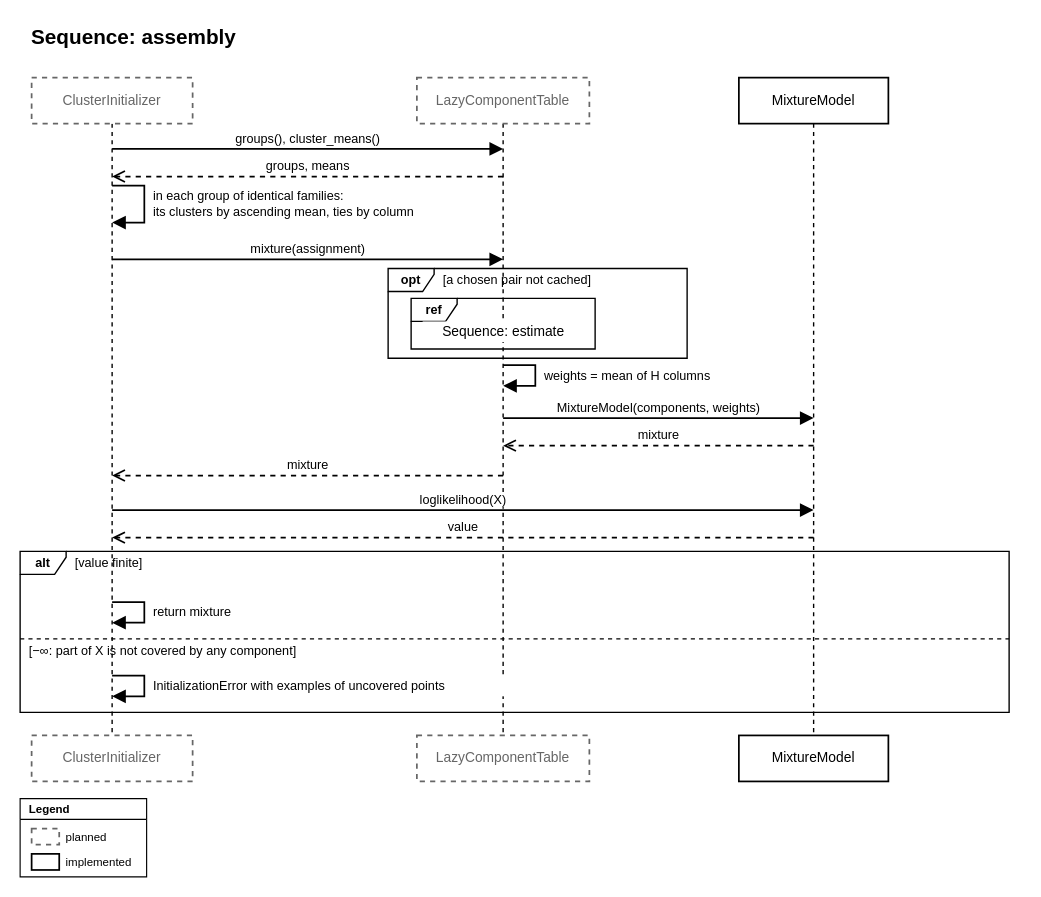
Before: page "Sequence: assembly" (3 of 7) of docs/source/design/modules/initializers/diagrams/initializers.drawio in PySATL/pysatl-mpest, a draw.io diagram. Source tidied: cells renumbered, new cells numbered last; positions are measured from the earlier drawing's top-left corner, leaving out a move shared by most shapes. Both pictures are drawn from the tidied source at 115%, with x=0, y=0 at pixel (20, 20).
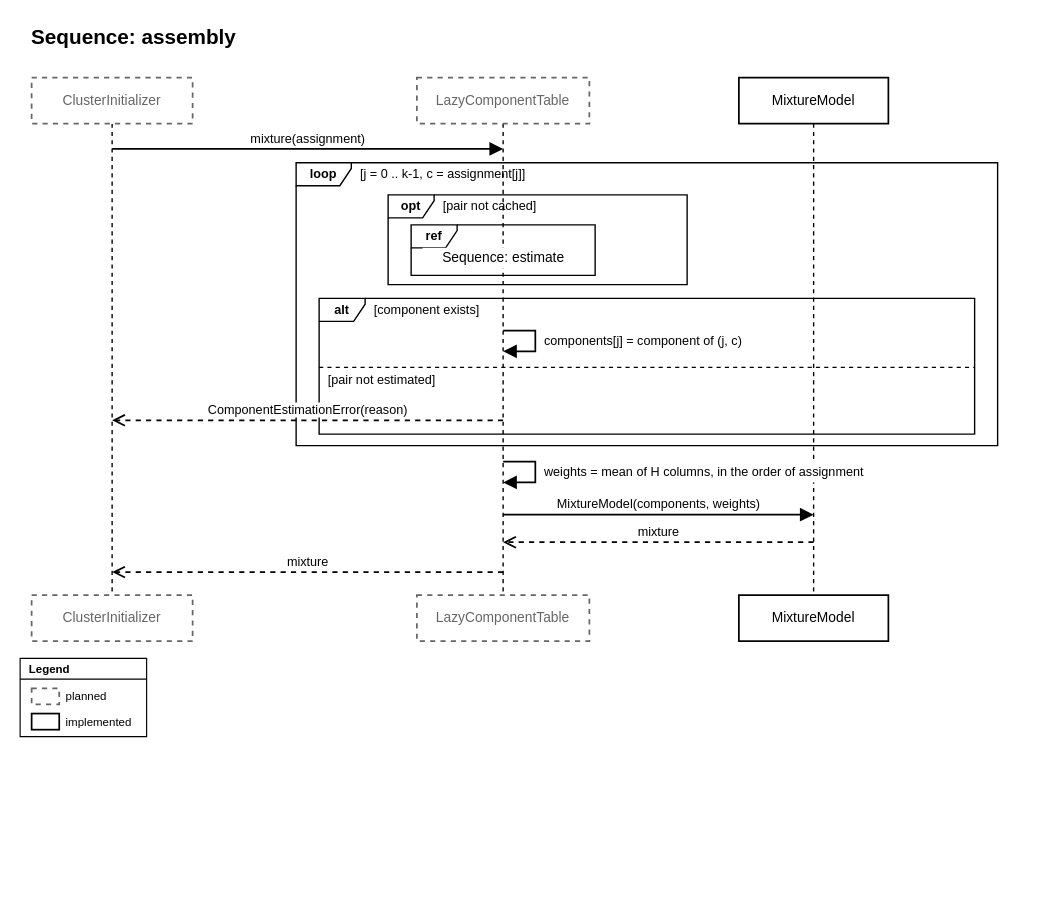
The same page after the edit.

Diff of the diagram source:
```diff
@@
-    <mxCell id="3" style="html=1;rounded=0;dashed=1;endArrow=none;strokeColor=#000000;strokeWidth=1.2;" parent="1" edge="1">
-      <mxGeometry relative="1" as="geometry">
-        <mxPoint x="80" y="90" as="sourcePoint" />
-        <mxPoint x="80" y="622" as="targetPoint" />
-      </mxGeometry>
-    </mxCell>
+    <mxCell id="41" style="html=1;rounded=0;dashed=1;endArrow=none;strokeColor=#000000;strokeWidth=1.2;" parent="1" edge="1">
+      <mxGeometry relative="1" as="geometry">
+        <mxPoint x="80" y="90" as="sourcePoint" />
+        <mxPoint x="80" y="500" as="targetPoint" />
+      </mxGeometry>
+    </mxCell>
@@
-    <mxCell id="5" value="ClusterInitializer" style="rounded=0;whiteSpace=wrap;html=1;fillColor=#ffffff;strokeColor=#666666;strokeWidth=1.5;fontSize=12;fontFamily=Helvetica;fontColor=#666666;dashed=1;" parent="1" vertex="1">
-      <mxGeometry x="10" y="622" width="140" height="40" as="geometry" />
-    </mxCell>
-    <mxCell id="6" style="html=1;rounded=0;dashed=1;endArrow=none;strokeColor=#000000;strokeWidth=1.2;" parent="1" edge="1">
-      <mxGeometry relative="1" as="geometry">
-        <mxPoint x="420" y="90" as="sourcePoint" />
-        <mxPoint x="420" y="622" as="targetPoint" />
-      </mxGeometry>
-    </mxCell>
+    <mxCell id="42" value="ClusterInitializer" style="rounded=0;whiteSpace=wrap;html=1;fillColor=#ffffff;strokeColor=#666666;strokeWidth=1.5;fontSize=12;fontFamily=Helvetica;fontColor=#666666;dashed=1;" parent="1" vertex="1">
+      <mxGeometry x="10" y="500" width="140" height="40" as="geometry" />
+    </mxCell>
+    <mxCell id="43" style="html=1;rounded=0;dashed=1;endArrow=none;strokeColor=#000000;strokeWidth=1.2;" parent="1" edge="1">
+      <mxGeometry relative="1" as="geometry">
+        <mxPoint x="420" y="90" as="sourcePoint" />
+        <mxPoint x="420" y="500" as="targetPoint" />
+      </mxGeometry>
+    </mxCell>
@@
     <mxCell id="8" value="LazyComponentTable" style="rounded=0;whiteSpace=wrap;html=1;fillColor=#ffffff;strokeColor=#666666;strokeWidth=1.5;fontSize=12;fontFamily=Helvetica;fontColor=#666666;dashed=1;" parent="1" vertex="1">
-      <mxGeometry x="345" y="622" width="150" height="40" as="geometry" />
+      <mxGeometry x="345" y="500" width="150" height="40" as="geometry" />
     </mxCell>
-    <mxCell id="9" style="html=1;rounded=0;dashed=1;endArrow=none;strokeColor=#000000;strokeWidth=1.2;" parent="1" edge="1">
-      <mxGeometry relative="1" as="geometry">
-        <mxPoint x="690" y="90" as="sourcePoint" />
-        <mxPoint x="690" y="622" as="targetPoint" />
-      </mxGeometry>
-    </mxCell>
-    <mxCell id="10" value="MixtureModel" style="rounded=0;whiteSpace=wrap;html=1;fillColor=#ffffff;strokeColor=#000000;strokeWidth=1.5;fontSize=12;fontFamily=Helvetica;fontColor=#000000;" parent="1" vertex="1">
-      <mxGeometry x="625" y="50" width="130" height="40" as="geometry" />
-    </mxCell>
-    <mxCell id="11" value="MixtureModel" style="rounded=0;whiteSpace=wrap;html=1;fillColor=#ffffff;strokeColor=#000000;strokeWidth=1.5;fontSize=12;fontFamily=Helvetica;fontColor=#000000;" parent="1" vertex="1">
-      <mxGeometry x="625" y="622" width="130" height="40" as="geometry" />
-    </mxCell>
+    <mxCell id="44" style="html=1;rounded=0;dashed=1;endArrow=none;strokeColor=#000000;strokeWidth=1.2;" parent="1" edge="1">
+      <mxGeometry relative="1" as="geometry">
+        <mxPoint x="690" y="90" as="sourcePoint" />
+        <mxPoint x="690" y="500" as="targetPoint" />
+      </mxGeometry>
+    </mxCell>
+    <mxCell id="5" value="MixtureModel" style="rounded=0;whiteSpace=wrap;html=1;fillColor=#ffffff;strokeColor=#000000;strokeWidth=1.5;fontSize=12;fontFamily=Helvetica;fontColor=#000000;" parent="1" vertex="1">
+      <mxGeometry x="625" y="50" width="130" height="40" as="geometry" />
+    </mxCell>
+    <mxCell id="45" value="MixtureModel" style="rounded=0;whiteSpace=wrap;html=1;fillColor=#ffffff;strokeColor=#000000;strokeWidth=1.5;fontSize=12;fontFamily=Helvetica;fontColor=#000000;" parent="1" vertex="1">
+      <mxGeometry x="625" y="500" width="130" height="40" as="geometry" />
+    </mxCell>
-    <mxCell id="12" value="groups(), cluster_means()" style="endArrow=block;endFill=1;html=1;rounded=0;endSize=8;strokeColor=#000000;strokeWidth=1.5;fontSize=11;verticalAlign=bottom;labelBackgroundColor=#ffffff;fontFamily=Helvetica;fontColor=#000000;" parent="1" edge="1">
+    <mxCell id="12" value="mixture(assignment)" style="endArrow=block;endFill=1;html=1;rounded=0;endSize=8;strokeColor=#000000;strokeWidth=1.5;fontSize=11;verticalAlign=bottom;labelBackgroundColor=#ffffff;fontFamily=Helvetica;fontColor=#000000;" parent="1" edge="1">
       <mxGeometry relative="1" as="geometry">
         <mxPoint x="80" y="112" as="sourcePoint" />
         <mxPoint x="420" y="112" as="targetPoint" />
       </mxGeometry>
     </mxCell>
-    <mxCell id="13" value="groups, means" style="dashed=1;endArrow=open;endFill=0;html=1;rounded=0;endSize=8;strokeColor=#000000;strokeWidth=1.5;fontSize=11;verticalAlign=bottom;labelBackgroundColor=#ffffff;fontFamily=Helvetica;fontColor=#000000;" parent="1" edge="1">
-      <mxGeometry relative="1" as="geometry">
-        <mxPoint x="420" y="136" as="sourcePoint" />
-        <mxPoint x="80" y="136" as="targetPoint" />
-      </mxGeometry>
-    </mxCell>
-    <mxCell id="14" style="endArrow=block;endFill=1;html=1;rounded=0;endSize=8;strokeColor=#000000;strokeWidth=1.5;fontSize=11;labelBackgroundColor=#ffffff;fontFamily=Helvetica;fontColor=#000000;" parent="1" edge="1">
-      <mxGeometry relative="1" as="geometry">
-        <mxPoint x="80" y="144" as="sourcePoint" />
-        <mxPoint x="80" y="176" as="targetPoint" />
-        <Array as="points">
-          <mxPoint x="108" y="144" />
-          <mxPoint x="108" y="176" />
-        </Array>
-      </mxGeometry>
-    </mxCell>
-    <mxCell id="15" value="in each group of identical families:&lt;br&gt;its clusters by ascending mean, ties by column" style="text;html=1;align=left;verticalAlign=middle;spacing=0;spacingLeft=2;spacingRight=2;fontSize=11;fillColor=#ffffff;fontFamily=Helvetica;fontColor=#000000;" parent="1" vertex="1">
-      <mxGeometry x="114" y="144" width="280" height="32" as="geometry" />
-    </mxCell>
-    <mxCell id="16" value="mixture(assignment)" style="endArrow=block;endFill=1;html=1;rounded=0;endSize=8;strokeColor=#000000;strokeWidth=1.5;fontSize=11;verticalAlign=bottom;labelBackgroundColor=#ffffff;fontFamily=Helvetica;fontColor=#000000;" parent="1" edge="1">
-      <mxGeometry relative="1" as="geometry">
-        <mxPoint x="80" y="208" as="sourcePoint" />
-        <mxPoint x="420" y="208" as="targetPoint" />
-      </mxGeometry>
-    </mxCell>
+    <mxCell id="46" value="loop" style="shape=umlFrame;whiteSpace=wrap;html=1;fillColor=none;strokeColor=#000000;strokeWidth=1.2;fontSize=11;fontStyle=1;width=48;height=20;fontFamily=Helvetica;fontColor=#000000;" parent="1" vertex="1">
+      <mxGeometry x="240" y="124" width="610" height="246" as="geometry" />
+    </mxCell>
+    <mxCell id="47" value="[j = 0 .. k-1, c = assignment[j]]" style="text;html=1;align=left;verticalAlign=middle;spacing=0;fontSize=11;fontFamily=Helvetica;fontColor=#000000;" parent="1" vertex="1">
+      <mxGeometry x="296" y="126" width="550" height="16" as="geometry" />
+    </mxCell>
+    <mxCell id="48" value="opt" style="shape=umlFrame;whiteSpace=wrap;html=1;fillColor=none;strokeColor=#000000;strokeWidth=1.2;fontSize=11;fontStyle=1;width=40;height=20;fontFamily=Helvetica;fontColor=#000000;" parent="1" vertex="1">
+      <mxGeometry x="320" y="152" width="260" height="78" as="geometry" />
+    </mxCell>
+    <mxCell id="49" value="[pair not cached]" style="text;html=1;align=left;verticalAlign=middle;spacing=0;fontSize=11;fontFamily=Helvetica;fontColor=#000000;" parent="1" vertex="1">
+      <mxGeometry x="368" y="154" width="208" height="16" as="geometry" />
+    </mxCell>
-    <mxCell id="17" value="opt" style="shape=umlFrame;whiteSpace=wrap;html=1;fillColor=none;strokeColor=#000000;strokeWidth=1.2;fontSize=11;fontStyle=1;width=40;height=20;fontFamily=Helvetica;fontColor=#000000;" parent="1" vertex="1">
-      <mxGeometry x="320" y="216" width="260" height="78" as="geometry" />
+    <mxCell id="17" value="ref" style="shape=umlFrame;whiteSpace=wrap;html=1;fillColor=none;strokeColor=#000000;strokeWidth=1.2;fontSize=11;fontStyle=1;width=40;height=20;fontFamily=Helvetica;fontColor=#000000;" parent="1" vertex="1">
+      <mxGeometry x="340" y="178" width="160" height="44" as="geometry" />
     </mxCell>
-    <mxCell id="18" value="[a chosen pair not cached]" style="text;html=1;align=left;verticalAlign=middle;spacing=0;fontSize=11;fontFamily=Helvetica;fontColor=#000000;" parent="1" vertex="1">
-      <mxGeometry x="368" y="218" width="208" height="16" as="geometry" />
-    </mxCell>
+    <mxCell id="20" value="Sequence: estimate" style="text;html=1;align=center;verticalAlign=middle;spacing=0;fontSize=12;fillColor=#ffffff;fontFamily=Helvetica;fontColor=#000000;" parent="1" vertex="1">
+      <mxGeometry x="350" y="198" width="140" height="18" as="geometry" />
+    </mxCell>
-    <mxCell id="19" value="ref" style="shape=umlFrame;whiteSpace=wrap;html=1;fillColor=none;strokeColor=#000000;strokeWidth=1.2;fontSize=11;fontStyle=1;width=40;height=20;fontFamily=Helvetica;fontColor=#000000;" parent="1" vertex="1">
-      <mxGeometry x="340" y="242" width="160" height="44" as="geometry" />
+    <mxCell id="19" value="alt" style="shape=umlFrame;whiteSpace=wrap;html=1;fillColor=none;strokeColor=#000000;strokeWidth=1.2;fontSize=11;fontStyle=1;width=40;height=20;fontFamily=Helvetica;fontColor=#000000;" parent="1" vertex="1">
+      <mxGeometry x="260" y="242" width="570" height="118" as="geometry" />
     </mxCell>
-    <mxCell id="20" value="Sequence: estimate" style="text;html=1;align=center;verticalAlign=middle;spacing=0;fontSize=12;fillColor=#ffffff;fontFamily=Helvetica;fontColor=#000000;" parent="1" vertex="1">
-      <mxGeometry x="350" y="262" width="140" height="18" as="geometry" />
-    </mxCell>
+    <mxCell id="50" value="[component exists]" style="text;html=1;align=left;verticalAlign=middle;spacing=0;fontSize=11;fontFamily=Helvetica;fontColor=#000000;" parent="1" vertex="1">
+      <mxGeometry x="308" y="244" width="518" height="16" as="geometry" />
+    </mxCell>
     <mxCell id="21" style="endArrow=block;endFill=1;html=1;rounded=0;endSize=8;strokeColor=#000000;strokeWidth=1.5;fontSize=11;labelBackgroundColor=#ffffff;fontFamily=Helvetica;fontColor=#000000;" parent="1" edge="1">
       <mxGeometry relative="1" as="geometry">
-        <mxPoint x="420" y="300" as="sourcePoint" />
-        <mxPoint x="420" y="318" as="targetPoint" />
+        <mxPoint x="420" y="270" as="sourcePoint" />
+        <mxPoint x="420" y="288" as="targetPoint" />
         <Array as="points">
-          <mxPoint x="448" y="300" />
-          <mxPoint x="448" y="318" />
+          <mxPoint x="448" y="270" />
+          <mxPoint x="448" y="288" />
         </Array>
       </mxGeometry>
     </mxCell>
-    <mxCell id="22" value="weights = mean of H columns" style="text;html=1;align=left;verticalAlign=middle;spacing=0;spacingLeft=2;spacingRight=2;fontSize=11;fillColor=#ffffff;fontFamily=Helvetica;fontColor=#000000;" parent="1" vertex="1">
-      <mxGeometry x="454" y="300" width="190" height="18" as="geometry" />
+    <mxCell id="22" value="components[j] = component of (j, c)" style="text;html=1;align=left;verticalAlign=middle;spacing=0;spacingLeft=2;spacingRight=2;fontSize=11;fillColor=#ffffff;fontFamily=Helvetica;fontColor=#000000;" parent="1" vertex="1">
+      <mxGeometry x="454" y="270" width="230" height="18" as="geometry" />
     </mxCell>
+    <mxCell id="51" style="html=1;rounded=0;dashed=1;endArrow=none;strokeColor=#000000;strokeWidth=1.2;" parent="1" edge="1">
+      <mxGeometry relative="1" as="geometry">
+        <mxPoint x="260" y="302" as="sourcePoint" />
+        <mxPoint x="830" y="302" as="targetPoint" />
+      </mxGeometry>
+    </mxCell>
+    <mxCell id="52" value="[pair not estimated]" style="text;html=1;align=left;verticalAlign=middle;spacing=0;fontSize=11;fontFamily=Helvetica;fontColor=#000000;" parent="1" vertex="1">
+      <mxGeometry x="268" y="305" width="554" height="16" as="geometry" />
+    </mxCell>
+    <mxCell id="25" value="ComponentEstimationError(reason)" style="dashed=1;endArrow=open;endFill=0;html=1;rounded=0;endSize=8;strokeColor=#000000;strokeWidth=1.5;fontSize=11;verticalAlign=bottom;labelBackgroundColor=#ffffff;fontFamily=Helvetica;fontColor=#000000;" parent="1" edge="1">
+      <mxGeometry relative="1" as="geometry">
+        <mxPoint x="420" y="348" as="sourcePoint" />
+        <mxPoint x="80" y="348" as="targetPoint" />
+      </mxGeometry>
+    </mxCell>
+    <mxCell id="53" style="endArrow=block;endFill=1;html=1;rounded=0;endSize=8;strokeColor=#000000;strokeWidth=1.5;fontSize=11;labelBackgroundColor=#ffffff;fontFamily=Helvetica;fontColor=#000000;" parent="1" edge="1">
+      <mxGeometry relative="1" as="geometry">
+        <mxPoint x="420" y="384" as="sourcePoint" />
+        <mxPoint x="420" y="402" as="targetPoint" />
+        <Array as="points">
+          <mxPoint x="448" y="384" />
+          <mxPoint x="448" y="402" />
+        </Array>
+      </mxGeometry>
+    </mxCell>
+    <mxCell id="54" value="weights = mean of H columns, in the order of assignment" style="text;html=1;align=left;verticalAlign=middle;spacing=0;spacingLeft=2;spacingRight=2;fontSize=11;fillColor=#ffffff;fontFamily=Helvetica;fontColor=#000000;" parent="1" vertex="1">
+      <mxGeometry x="454" y="384" width="330" height="18" as="geometry" />
+    </mxCell>
     <mxCell id="23" value="MixtureModel(components, weights)" style="endArrow=block;endFill=1;html=1;rounded=0;endSize=8;strokeColor=#000000;strokeWidth=1.5;fontSize=11;verticalAlign=bottom;labelBackgroundColor=#ffffff;fontFamily=Helvetica;fontColor=#000000;" parent="1" edge="1">
       <mxGeometry relative="1" as="geometry">
-        <mxPoint x="420" y="346" as="sourcePoint" />
-        <mxPoint x="690" y="346" as="targetPoint" />
+        <mxPoint x="420" y="430" as="sourcePoint" />
+        <mxPoint x="690" y="430" as="targetPoint" />
       </mxGeometry>
     </mxCell>
-    <mxCell id="24" value="mixture" style="dashed=1;endArrow=open;endFill=0;html=1;rounded=0;endSize=8;strokeColor=#000000;strokeWidth=1.5;fontSize=11;verticalAlign=bottom;labelBackgroundColor=#ffffff;fontFamily=Helvetica;fontColor=#000000;" parent="1" edge="1">
-      <mxGeometry relative="1" as="geometry">
-        <mxPoint x="690" y="370" as="sourcePoint" />
-        <mxPoint x="420" y="370" as="targetPoint" />
-      </mxGeometry>
-    </mxCell>
-    <mxCell id="25" value="mixture" style="dashed=1;endArrow=open;endFill=0;html=1;rounded=0;endSize=8;strokeColor=#000000;strokeWidth=1.5;fontSize=11;verticalAlign=bottom;labelBackgroundColor=#ffffff;fontFamily=Helvetica;fontColor=#000000;" parent="1" edge="1">
-      <mxGeometry relative="1" as="geometry">
-        <mxPoint x="420" y="396" as="sourcePoint" />
-        <mxPoint x="80" y="396" as="targetPoint" />
-      </mxGeometry>
-    </mxCell>
-    <mxCell id="26" value="loglikelihood(X)" style="endArrow=block;endFill=1;html=1;rounded=0;endSize=8;strokeColor=#000000;strokeWidth=1.5;fontSize=11;verticalAlign=bottom;labelBackgroundColor=#ffffff;fontFamily=Helvetica;fontColor=#000000;" parent="1" edge="1">
-      <mxGeometry relative="1" as="geometry">
-        <mxPoint x="80" y="426" as="sourcePoint" />
-        <mxPoint x="690" y="426" as="targetPoint" />
-      </mxGeometry>
-    </mxCell>
-    <mxCell id="27" value="value" style="dashed=1;endArrow=open;endFill=0;html=1;rounded=0;endSize=8;strokeColor=#000000;strokeWidth=1.5;fontSize=11;verticalAlign=bottom;labelBackgroundColor=#ffffff;fontFamily=Helvetica;fontColor=#000000;" parent="1" edge="1">
-      <mxGeometry relative="1" as="geometry">
-        <mxPoint x="690" y="450" as="sourcePoint" />
-        <mxPoint x="80" y="450" as="targetPoint" />
-      </mxGeometry>
-    </mxCell>
-    <mxCell id="28" value="alt" style="shape=umlFrame;whiteSpace=wrap;html=1;fillColor=none;strokeColor=#000000;strokeWidth=1.2;fontSize=11;fontStyle=1;width=40;height=20;fontFamily=Helvetica;fontColor=#000000;" parent="1" vertex="1">
-      <mxGeometry y="462" width="860" height="140" as="geometry" />
-    </mxCell>
-    <mxCell id="29" value="[value finite]" style="text;html=1;align=left;verticalAlign=middle;spacing=0;fontSize=11;fontFamily=Helvetica;fontColor=#000000;" parent="1" vertex="1">
-      <mxGeometry x="48" y="464" width="808" height="16" as="geometry" />
-    </mxCell>
-    <mxCell id="30" style="endArrow=block;endFill=1;html=1;rounded=0;endSize=8;strokeColor=#000000;strokeWidth=1.5;fontSize=11;labelBackgroundColor=#ffffff;fontFamily=Helvetica;fontColor=#000000;" parent="1" edge="1">
-      <mxGeometry relative="1" as="geometry">
-        <mxPoint x="80" y="506" as="sourcePoint" />
-        <mxPoint x="80" y="524" as="targetPoint" />
-        <Array as="points">
-          <mxPoint x="108" y="506" />
-          <mxPoint x="108" y="524" />
-        </Array>
-      </mxGeometry>
-    </mxCell>
-    <mxCell id="31" value="return mixture" style="text;html=1;align=left;verticalAlign=middle;spacing=0;spacingLeft=2;spacingRight=2;fontSize=11;fillColor=#ffffff;fontFamily=Helvetica;fontColor=#000000;" parent="1" vertex="1">
-      <mxGeometry x="114" y="506" width="120" height="18" as="geometry" />
-    </mxCell>
-    <mxCell id="32" style="html=1;rounded=0;dashed=1;endArrow=none;strokeColor=#000000;strokeWidth=1.2;" parent="1" edge="1">
-      <mxGeometry relative="1" as="geometry">
-        <mxPoint y="538" as="sourcePoint" />
-        <mxPoint x="860" y="538" as="targetPoint" />
-      </mxGeometry>
-    </mxCell>
-    <mxCell id="33" value="[−∞: part of X is not covered by any component]" style="text;html=1;align=left;verticalAlign=middle;spacing=0;fontSize=11;fontFamily=Helvetica;fontColor=#000000;" parent="1" vertex="1">
-      <mxGeometry x="8" y="541" width="844" height="16" as="geometry" />
-    </mxCell>
-    <mxCell id="34" style="endArrow=block;endFill=1;html=1;rounded=0;endSize=8;strokeColor=#000000;strokeWidth=1.5;fontSize=11;labelBackgroundColor=#ffffff;fontFamily=Helvetica;fontColor=#000000;" parent="1" edge="1">
-      <mxGeometry relative="1" as="geometry">
-        <mxPoint x="80" y="570" as="sourcePoint" />
-        <mxPoint x="80" y="588" as="targetPoint" />
-        <Array as="points">
-          <mxPoint x="108" y="570" />
-          <mxPoint x="108" y="588" />
-        </Array>
-      </mxGeometry>
-    </mxCell>
-    <mxCell id="35" value="InitializationError with examples of uncovered points" style="text;html=1;align=left;verticalAlign=middle;spacing=0;spacingLeft=2;spacingRight=2;fontSize=11;fillColor=#ffffff;fontFamily=Helvetica;fontColor=#000000;" parent="1" vertex="1">
-      <mxGeometry x="114" y="570" width="330" height="18" as="geometry" />
-    </mxCell>
+    <mxCell id="55" value="mixture" style="dashed=1;endArrow=open;endFill=0;html=1;rounded=0;endSize=8;strokeColor=#000000;strokeWidth=1.5;fontSize=11;verticalAlign=bottom;labelBackgroundColor=#ffffff;fontFamily=Helvetica;fontColor=#000000;" parent="1" edge="1">
+      <mxGeometry relative="1" as="geometry">
+        <mxPoint x="690" y="454" as="sourcePoint" />
+        <mxPoint x="420" y="454" as="targetPoint" />
+      </mxGeometry>
+    </mxCell>
+    <mxCell id="56" value="mixture" style="dashed=1;endArrow=open;endFill=0;html=1;rounded=0;endSize=8;strokeColor=#000000;strokeWidth=1.5;fontSize=11;verticalAlign=bottom;labelBackgroundColor=#ffffff;fontFamily=Helvetica;fontColor=#000000;" parent="1" edge="1">
+      <mxGeometry relative="1" as="geometry">
+        <mxPoint x="420" y="480" as="sourcePoint" />
+        <mxPoint x="80" y="480" as="targetPoint" />
+      </mxGeometry>
+    </mxCell>
     <mxCell id="36" value="Legend" style="swimlane;startSize=18;html=1;fontSize=10;fontStyle=1;align=left;spacingLeft=6;fillColor=none;swimlaneFillColor=#ffffff;strokeColor=#000000;strokeWidth=1;fontFamily=Helvetica;fontColor=#000000;" parent="1" vertex="1">
-      <mxGeometry y="677" width="110" height="68" as="geometry" />
+      <mxGeometry y="555" width="110" height="68" as="geometry" />
     </mxCell>
-    <mxCell id="37" style="rounded=0;whiteSpace=wrap;html=1;fillColor=#ffffff;strokeColor=#666666;strokeWidth=1.5;dashed=1;" parent="1" vertex="1">
-      <mxGeometry x="10" y="703" width="24" height="14" as="geometry" />
-    </mxCell>
+    <mxCell id="57" style="rounded=0;whiteSpace=wrap;html=1;fillColor=#ffffff;strokeColor=#666666;strokeWidth=1.5;dashed=1;" parent="1" vertex="1">
+      <mxGeometry x="10" y="581" width="24" height="14" as="geometry" />
+    </mxCell>
     <mxCell id="38" value="planned" style="text;html=1;align=left;verticalAlign=middle;spacing=0;fontSize=10;fontFamily=Helvetica;fontColor=#000000;" parent="1" vertex="1">
-      <mxGeometry x="40" y="701" width="66" height="18" as="geometry" />
+      <mxGeometry x="40" y="579" width="66" height="18" as="geometry" />
     </mxCell>
-    <mxCell id="39" style="rounded=0;whiteSpace=wrap;html=1;fillColor=#ffffff;strokeColor=#000000;strokeWidth=1.5;" parent="1" vertex="1">
-      <mxGeometry x="10" y="725" width="24" height="14" as="geometry" />
-    </mxCell>
+    <mxCell id="58" style="rounded=0;whiteSpace=wrap;html=1;fillColor=#ffffff;strokeColor=#000000;strokeWidth=1.5;" parent="1" vertex="1">
+      <mxGeometry x="10" y="603" width="24" height="14" as="geometry" />
+    </mxCell>
     <mxCell id="40" value="implemented" style="text;html=1;align=left;verticalAlign=middle;spacing=0;fontSize=10;fontFamily=Helvetica;fontColor=#000000;" parent="1" vertex="1">
-      <mxGeometry x="40" y="723" width="66" height="18" as="geometry" />
+      <mxGeometry x="40" y="601" width="66" height="18" as="geometry" />
     </mxCell>
```
